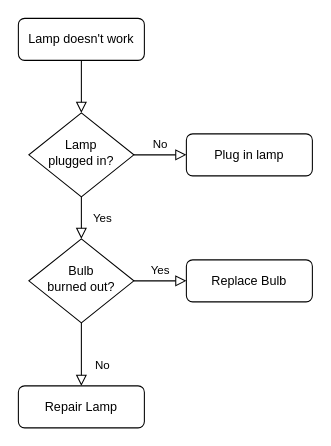
Above: diagrams/未命名绘图.drawio in ah-well/picgock (draw.io), before the change. Source tidied: cells renumbered, new cells numbered last; positions are measured from the earlier drawing's top-left corner, leaving out a move shared by most shapes. Both pictures are drawn from the tidied source at 105%, with x=0, y=0 at pixel (18, 18).
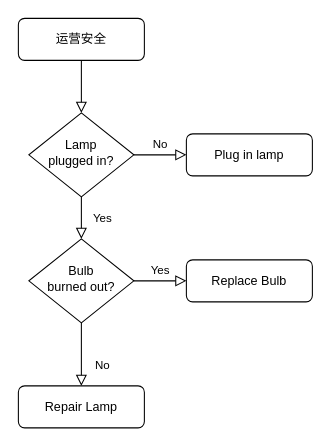
The same page after the edit.

What changed in the source:
```diff
@@
 <mxGraphModel>
   <root>
     <mxCell id="0" />
     <mxCell id="1" parent="0" />
     <mxCell id="2" style="rounded=0;html=1;jettySize=auto;fontSize=11;endArrow=block;endFill=0;endSize=8;strokeWidth=1;shadow=0;labelBackgroundColor=none;edgeStyle=orthogonalEdgeStyle;" parent="1" edge="1" source="3" target="6">
       <mxGeometry relative="1" as="geometry" />
     </mxCell>
-    <mxCell id="3" value="Lamp doesn't work" style="rounded=1;whiteSpace=wrap;html=1;fontSize=12;glass=0;strokeWidth=1;shadow=0;" parent="1" vertex="1">
+    <mxCell id="3" value="运营安全" style="rounded=1;whiteSpace=wrap;html=1;fontSize=12;glass=0;strokeWidth=1;shadow=0;" parent="1" vertex="1">
       <mxGeometry width="120" height="40" as="geometry" />
     </mxCell>
     <mxCell id="4" value="Yes" style="rounded=0;html=1;jettySize=auto;fontSize=11;endArrow=block;endFill=0;endSize=8;strokeWidth=1;shadow=0;labelBackgroundColor=none;edgeStyle=orthogonalEdgeStyle;" parent="1" edge="1" source="6" target="10">
       <mxGeometry y="20" relative="1" as="geometry" />
     </mxCell>
     <mxCell id="5" value="No" style="edgeStyle=orthogonalEdgeStyle;rounded=0;html=1;jettySize=auto;fontSize=11;endArrow=block;endFill=0;endSize=8;strokeWidth=1;shadow=0;labelBackgroundColor=none;" parent="1" edge="1" source="6" target="7">
       <mxGeometry y="10" relative="1" as="geometry" />
     </mxCell>
     <mxCell id="6" value="Lamp&lt;br&gt;plugged in?" style="rhombus;whiteSpace=wrap;html=1;shadow=0;fontFamily=Helvetica;fontSize=12;align=center;strokeWidth=1;spacing=6;spacingTop=-4;" parent="1" vertex="1">
       <mxGeometry x="10" y="90" width="100" height="80" as="geometry" />
     </mxCell>
     <mxCell id="7" value="Plug in lamp" style="rounded=1;whiteSpace=wrap;html=1;fontSize=12;glass=0;strokeWidth=1;shadow=0;" parent="1" vertex="1">
       <mxGeometry x="160" y="110" width="120" height="40" as="geometry" />
     </mxCell>
     <mxCell id="8" value="No" style="rounded=0;html=1;jettySize=auto;fontSize=11;endArrow=block;endFill=0;endSize=8;strokeWidth=1;shadow=0;labelBackgroundColor=none;edgeStyle=orthogonalEdgeStyle;" parent="1" edge="1" source="10" target="11">
       <mxGeometry x="0.33" y="20" relative="1" as="geometry" />
     </mxCell>
     <mxCell id="9" value="Yes" style="edgeStyle=orthogonalEdgeStyle;rounded=0;html=1;jettySize=auto;fontSize=11;endArrow=block;endFill=0;endSize=8;strokeWidth=1;shadow=0;labelBackgroundColor=none;" parent="1" edge="1" source="10" target="12">
       <mxGeometry y="10" relative="1" as="geometry" />
     </mxCell>
     <mxCell id="10" value="Bulb&lt;br&gt;burned out?" style="rhombus;whiteSpace=wrap;html=1;shadow=0;fontFamily=Helvetica;fontSize=12;align=center;strokeWidth=1;spacing=6;spacingTop=-4;" parent="1" vertex="1">
       <mxGeometry x="10" y="210" width="100" height="80" as="geometry" />
     </mxCell>
     <mxCell id="11" value="Repair Lamp" style="rounded=1;whiteSpace=wrap;html=1;fontSize=12;glass=0;strokeWidth=1;shadow=0;" parent="1" vertex="1">
       <mxGeometry y="350" width="120" height="40" as="geometry" />
     </mxCell>
     <mxCell id="12" value="Replace Bulb" style="rounded=1;whiteSpace=wrap;html=1;fontSize=12;glass=0;strokeWidth=1;shadow=0;" parent="1" vertex="1">
       <mxGeometry x="160" y="230" width="120" height="40" as="geometry" />
     </mxCell>
   </root>
 </mxGraphModel>
```
